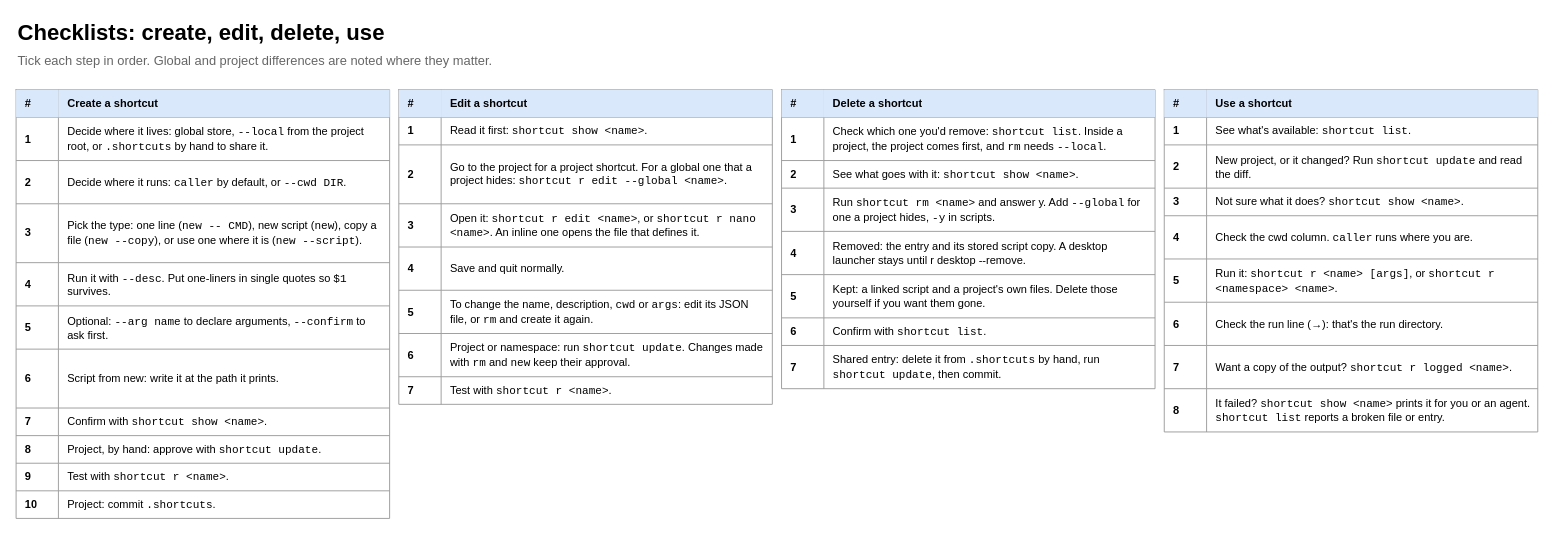
Above: page "5 Checklists" (5 of 5) of docs/shortcut-overview.drawio in StanLukuvka/Shortcut (draw.io), before the change. Source tidied: cells renumbered, new cells numbered last; positions are measured from the earlier drawing's top-left corner, leaving out a move shared by most shapes. Both pictures are drawn from the tidied source at 92%, with x=0, y=0 at pixel (16, 16).
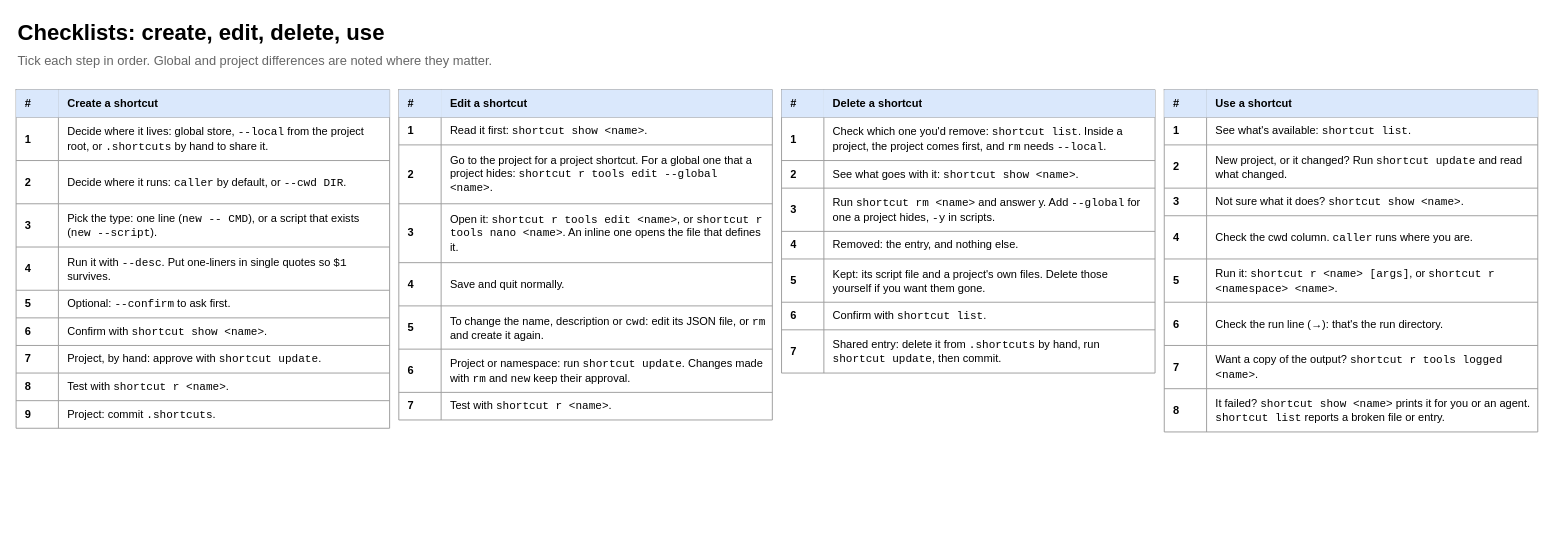
Above is the later version.

The change refers to these unchanged cells:
```xml
<mxCell id="45" style="shape=tableRow;horizontal=0;startSize=0;swimlaneHead=0;swimlaneBody=0;strokeColor=inherit;top=0;left=0;bottom=0;right=0;fillColor=none;html=1;" parent="38" vertex="1">
  <mxGeometry y="60" width="406" height="64" as="geometry" />
</mxCell>
<mxCell id="95" style="shape=tableRow;horizontal=0;startSize=0;swimlaneHead=0;swimlaneBody=0;strokeColor=inherit;top=0;left=0;bottom=0;right=0;fillColor=none;html=1;" parent="88" vertex="1">
  <mxGeometry y="60" width="406" height="47" as="geometry" />
</mxCell>
<mxCell id="110" style="shape=tableRow;horizontal=0;startSize=0;swimlaneHead=0;swimlaneBody=0;strokeColor=inherit;top=0;left=0;bottom=0;right=0;fillColor=none;html=1;" parent="88" vertex="1">
  <mxGeometry y="278" width="406" height="47" as="geometry" />
</mxCell>
```

The edit, as a diff of the source:
```diff
@@
     <mxCell id="4" style="shape=table;startSize=0;childLayout=tableLayout;strokeColor=#999999;fontSize=12;html=1;" parent="1" vertex="1">
-      <mxGeometry y="80" width="406" height="466" as="geometry" />
+      <mxGeometry y="80" width="406" height="368" as="geometry" />
     </mxCell>
@@
     <mxCell id="14" style="shape=tableRow;horizontal=0;startSize=0;swimlaneHead=0;swimlaneBody=0;strokeColor=inherit;top=0;left=0;bottom=0;right=0;fillColor=none;html=1;" parent="4" vertex="1">
-      <mxGeometry y="124" width="406" height="64" as="geometry" />
+      <mxGeometry y="124" width="406" height="47" as="geometry" />
     </mxCell>
     <mxCell id="15" value="&lt;b&gt;3&lt;/b&gt;" style="shape=partialRectangle;html=1;whiteSpace=wrap;strokeColor=inherit;overflow=hidden;fillColor=none;top=0;left=0;bottom=0;right=0;align=left;verticalAlign=middle;spacingLeft=8;spacingRight=6;fontSize=12;" parent="14" vertex="1">
-      <mxGeometry width="46" height="64" as="geometry" />
+      <mxGeometry width="46" height="47" as="geometry" />
     </mxCell>
-    <mxCell id="16" value="Pick the type: one line (&lt;font face=&quot;monospace&quot;&gt;new -- CMD&lt;/font&gt;), new script (&lt;font face=&quot;monospace&quot;&gt;new&lt;/font&gt;), copy a file (&lt;font face=&quot;monospace&quot;&gt;new --copy&lt;/font&gt;), or use one where it is (&lt;font face=&quot;monospace&quot;&gt;new --script&lt;/font&gt;)." style="shape=partialRectangle;html=1;whiteSpace=wrap;strokeColor=inherit;overflow=hidden;fillColor=none;top=0;left=0;bottom=0;right=0;align=left;verticalAlign=middle;spacingLeft=8;spacingRight=6;fontSize=12;" parent="14" vertex="1">
-      <mxGeometry x="46" width="360" height="64" as="geometry" />
+    <mxCell id="16" value="Pick the type: one line (&lt;font face=&quot;monospace&quot;&gt;new -- CMD&lt;/font&gt;), or a script that exists (&lt;font face=&quot;monospace&quot;&gt;new --script&lt;/font&gt;)." style="shape=partialRectangle;html=1;whiteSpace=wrap;strokeColor=inherit;overflow=hidden;fillColor=none;top=0;left=0;bottom=0;right=0;align=left;verticalAlign=middle;spacingLeft=8;spacingRight=6;fontSize=12;" parent="14" vertex="1">
+      <mxGeometry x="46" width="360" height="47" as="geometry" />
     </mxCell>
     <mxCell id="17" style="shape=tableRow;horizontal=0;startSize=0;swimlaneHead=0;swimlaneBody=0;strokeColor=inherit;top=0;left=0;bottom=0;right=0;fillColor=none;html=1;" parent="4" vertex="1">
-      <mxGeometry y="188" width="406" height="47" as="geometry" />
+      <mxGeometry y="171" width="406" height="47" as="geometry" />
     </mxCell>
@@
     <mxCell id="20" style="shape=tableRow;horizontal=0;startSize=0;swimlaneHead=0;swimlaneBody=0;strokeColor=inherit;top=0;left=0;bottom=0;right=0;fillColor=none;html=1;" parent="4" vertex="1">
-      <mxGeometry y="235" width="406" height="47" as="geometry" />
+      <mxGeometry y="218" width="406" height="30" as="geometry" />
     </mxCell>
     <mxCell id="21" value="&lt;b&gt;5&lt;/b&gt;" style="shape=partialRectangle;html=1;whiteSpace=wrap;strokeColor=inherit;overflow=hidden;fillColor=none;top=0;left=0;bottom=0;right=0;align=left;verticalAlign=middle;spacingLeft=8;spacingRight=6;fontSize=12;" parent="20" vertex="1">
-      <mxGeometry width="46" height="47" as="geometry" />
+      <mxGeometry width="46" height="30" as="geometry" />
     </mxCell>
-    <mxCell id="22" value="Optional: &lt;font face=&quot;monospace&quot;&gt;--arg name&lt;/font&gt; to declare arguments, &lt;font face=&quot;monospace&quot;&gt;--confirm&lt;/font&gt; to ask first." style="shape=partialRectangle;html=1;whiteSpace=wrap;strokeColor=inherit;overflow=hidden;fillColor=none;top=0;left=0;bottom=0;right=0;align=left;verticalAlign=middle;spacingLeft=8;spacingRight=6;fontSize=12;" parent="20" vertex="1">
-      <mxGeometry x="46" width="360" height="47" as="geometry" />
+    <mxCell id="22" value="Optional: &lt;font face=&quot;monospace&quot;&gt;--confirm&lt;/font&gt; to ask first." style="shape=partialRectangle;html=1;whiteSpace=wrap;strokeColor=inherit;overflow=hidden;fillColor=none;top=0;left=0;bottom=0;right=0;align=left;verticalAlign=middle;spacingLeft=8;spacingRight=6;fontSize=12;" parent="20" vertex="1">
+      <mxGeometry x="46" width="360" height="30" as="geometry" />
     </mxCell>
-    <mxCell id="23" style="shape=tableRow;horizontal=0;startSize=0;swimlaneHead=0;swimlaneBody=0;strokeColor=inherit;top=0;left=0;bottom=0;right=0;fillColor=none;html=1;" parent="4" vertex="1">
-      <mxGeometry y="282" width="406" height="64" as="geometry" />
-    </mxCell>
-    <mxCell id="24" value="&lt;b&gt;6&lt;/b&gt;" style="shape=partialRectangle;html=1;whiteSpace=wrap;strokeColor=inherit;overflow=hidden;fillColor=none;top=0;left=0;bottom=0;right=0;align=left;verticalAlign=middle;spacingLeft=8;spacingRight=6;fontSize=12;" parent="23" vertex="1">
-      <mxGeometry width="46" height="64" as="geometry" />
-    </mxCell>
-    <mxCell id="25" value="Script from new: write it at the path it prints." style="shape=partialRectangle;html=1;whiteSpace=wrap;strokeColor=inherit;overflow=hidden;fillColor=none;top=0;left=0;bottom=0;right=0;align=left;verticalAlign=middle;spacingLeft=8;spacingRight=6;fontSize=12;" parent="23" vertex="1">
-      <mxGeometry x="46" width="360" height="64" as="geometry" />
-    </mxCell>
     <mxCell id="26" style="shape=tableRow;horizontal=0;startSize=0;swimlaneHead=0;swimlaneBody=0;strokeColor=inherit;top=0;left=0;bottom=0;right=0;fillColor=none;html=1;" parent="4" vertex="1">
-      <mxGeometry y="346" width="406" height="30" as="geometry" />
+      <mxGeometry y="248" width="406" height="30" as="geometry" />
     </mxCell>
-    <mxCell id="27" value="&lt;b&gt;7&lt;/b&gt;" style="shape=partialRectangle;html=1;whiteSpace=wrap;strokeColor=inherit;overflow=hidden;fillColor=none;top=0;left=0;bottom=0;right=0;align=left;verticalAlign=middle;spacingLeft=8;spacingRight=6;fontSize=12;" parent="26" vertex="1">
+    <mxCell id="27" value="&lt;b&gt;6&lt;/b&gt;" style="shape=partialRectangle;html=1;whiteSpace=wrap;strokeColor=inherit;overflow=hidden;fillColor=none;top=0;left=0;bottom=0;right=0;align=left;verticalAlign=middle;spacingLeft=8;spacingRight=6;fontSize=12;" parent="26" vertex="1">
       <mxGeometry width="46" height="30" as="geometry" />
     </mxCell>
@@
     <mxCell id="29" style="shape=tableRow;horizontal=0;startSize=0;swimlaneHead=0;swimlaneBody=0;strokeColor=inherit;top=0;left=0;bottom=0;right=0;fillColor=none;html=1;" parent="4" vertex="1">
-      <mxGeometry y="376" width="406" height="30" as="geometry" />
+      <mxGeometry y="278" width="406" height="30" as="geometry" />
     </mxCell>
-    <mxCell id="30" value="&lt;b&gt;8&lt;/b&gt;" style="shape=partialRectangle;html=1;whiteSpace=wrap;strokeColor=inherit;overflow=hidden;fillColor=none;top=0;left=0;bottom=0;right=0;align=left;verticalAlign=middle;spacingLeft=8;spacingRight=6;fontSize=12;" parent="29" vertex="1">
+    <mxCell id="30" value="&lt;b&gt;7&lt;/b&gt;" style="shape=partialRectangle;html=1;whiteSpace=wrap;strokeColor=inherit;overflow=hidden;fillColor=none;top=0;left=0;bottom=0;right=0;align=left;verticalAlign=middle;spacingLeft=8;spacingRight=6;fontSize=12;" parent="29" vertex="1">
       <mxGeometry width="46" height="30" as="geometry" />
     </mxCell>
@@
     <mxCell id="32" style="shape=tableRow;horizontal=0;startSize=0;swimlaneHead=0;swimlaneBody=0;strokeColor=inherit;top=0;left=0;bottom=0;right=0;fillColor=none;html=1;" parent="4" vertex="1">
-      <mxGeometry y="406" width="406" height="30" as="geometry" />
+      <mxGeometry y="308" width="406" height="30" as="geometry" />
     </mxCell>
-    <mxCell id="33" value="&lt;b&gt;9&lt;/b&gt;" style="shape=partialRectangle;html=1;whiteSpace=wrap;strokeColor=inherit;overflow=hidden;fillColor=none;top=0;left=0;bottom=0;right=0;align=left;verticalAlign=middle;spacingLeft=8;spacingRight=6;fontSize=12;" parent="32" vertex="1">
+    <mxCell id="33" value="&lt;b&gt;8&lt;/b&gt;" style="shape=partialRectangle;html=1;whiteSpace=wrap;strokeColor=inherit;overflow=hidden;fillColor=none;top=0;left=0;bottom=0;right=0;align=left;verticalAlign=middle;spacingLeft=8;spacingRight=6;fontSize=12;" parent="32" vertex="1">
       <mxGeometry width="46" height="30" as="geometry" />
     </mxCell>
@@
     <mxCell id="35" style="shape=tableRow;horizontal=0;startSize=0;swimlaneHead=0;swimlaneBody=0;strokeColor=inherit;top=0;left=0;bottom=0;right=0;fillColor=none;html=1;" parent="4" vertex="1">
-      <mxGeometry y="436" width="406" height="30" as="geometry" />
+      <mxGeometry y="338" width="406" height="30" as="geometry" />
     </mxCell>
-    <mxCell id="36" value="&lt;b&gt;10&lt;/b&gt;" style="shape=partialRectangle;html=1;whiteSpace=wrap;strokeColor=inherit;overflow=hidden;fillColor=none;top=0;left=0;bottom=0;right=0;align=left;verticalAlign=middle;spacingLeft=8;spacingRight=6;fontSize=12;" parent="35" vertex="1">
+    <mxCell id="36" value="&lt;b&gt;9&lt;/b&gt;" style="shape=partialRectangle;html=1;whiteSpace=wrap;strokeColor=inherit;overflow=hidden;fillColor=none;top=0;left=0;bottom=0;right=0;align=left;verticalAlign=middle;spacingLeft=8;spacingRight=6;fontSize=12;" parent="35" vertex="1">
       <mxGeometry width="46" height="30" as="geometry" />
     </mxCell>
@@
     <mxCell id="38" style="shape=table;startSize=0;childLayout=tableLayout;strokeColor=#999999;fontSize=12;html=1;" parent="1" vertex="1">
-      <mxGeometry x="416" y="80" width="406" height="342" as="geometry" />
+      <mxGeometry x="416" y="80" width="406" height="359" as="geometry" />
     </mxCell>
@@
-    <mxCell id="47" value="Go to the project for a project shortcut. For a global one that a project hides: &lt;font face=&quot;monospace&quot;&gt;shortcut r edit --global &amp;lt;name&amp;gt;&lt;/font&gt;." style="shape=partialRectangle;html=1;whiteSpace=wrap;strokeColor=inherit;overflow=hidden;fillColor=none;top=0;left=0;bottom=0;right=0;align=left;verticalAlign=middle;spacingLeft=8;spacingRight=6;fontSize=12;" parent="45" vertex="1">
+    <mxCell id="47" value="Go to the project for a project shortcut. For a global one that a project hides: &lt;font face=&quot;monospace&quot;&gt;shortcut r tools edit --global &amp;lt;name&amp;gt;&lt;/font&gt;." style="shape=partialRectangle;html=1;whiteSpace=wrap;strokeColor=inherit;overflow=hidden;fillColor=none;top=0;left=0;bottom=0;right=0;align=left;verticalAlign=middle;spacingLeft=8;spacingRight=6;fontSize=12;" parent="45" vertex="1">
       <mxGeometry x="46" width="360" height="64" as="geometry" />
     </mxCell>
     <mxCell id="48" style="shape=tableRow;horizontal=0;startSize=0;swimlaneHead=0;swimlaneBody=0;strokeColor=inherit;top=0;left=0;bottom=0;right=0;fillColor=none;html=1;" parent="38" vertex="1">
-      <mxGeometry y="124" width="406" height="47" as="geometry" />
+      <mxGeometry y="124" width="406" height="64" as="geometry" />
     </mxCell>
     <mxCell id="49" value="&lt;b&gt;3&lt;/b&gt;" style="shape=partialRectangle;html=1;whiteSpace=wrap;strokeColor=inherit;overflow=hidden;fillColor=none;top=0;left=0;bottom=0;right=0;align=left;verticalAlign=middle;spacingLeft=8;spacingRight=6;fontSize=12;" parent="48" vertex="1">
-      <mxGeometry width="46" height="47" as="geometry" />
+      <mxGeometry width="46" height="64" as="geometry" />
     </mxCell>
-    <mxCell id="50" value="Open it: &lt;font face=&quot;monospace&quot;&gt;shortcut r edit &amp;lt;name&amp;gt;&lt;/font&gt;, or &lt;font face=&quot;monospace&quot;&gt;shortcut r nano &amp;lt;name&amp;gt;&lt;/font&gt;. An inline one opens the file that defines it." style="shape=partialRectangle;html=1;whiteSpace=wrap;strokeColor=inherit;overflow=hidden;fillColor=none;top=0;left=0;bottom=0;right=0;align=left;verticalAlign=middle;spacingLeft=8;spacingRight=6;fontSize=12;" parent="48" vertex="1">
-      <mxGeometry x="46" width="360" height="47" as="geometry" />
+    <mxCell id="50" value="Open it: &lt;font face=&quot;monospace&quot;&gt;shortcut r tools edit &amp;lt;name&amp;gt;&lt;/font&gt;, or &lt;font face=&quot;monospace&quot;&gt;shortcut r tools nano &amp;lt;name&amp;gt;&lt;/font&gt;. An inline one opens the file that defines it." style="shape=partialRectangle;html=1;whiteSpace=wrap;strokeColor=inherit;overflow=hidden;fillColor=none;top=0;left=0;bottom=0;right=0;align=left;verticalAlign=middle;spacingLeft=8;spacingRight=6;fontSize=12;" parent="48" vertex="1">
+      <mxGeometry x="46" width="360" height="64" as="geometry" />
     </mxCell>
     <mxCell id="51" style="shape=tableRow;horizontal=0;startSize=0;swimlaneHead=0;swimlaneBody=0;strokeColor=inherit;top=0;left=0;bottom=0;right=0;fillColor=none;html=1;" parent="38" vertex="1">
-      <mxGeometry y="171" width="406" height="47" as="geometry" />
+      <mxGeometry y="188" width="406" height="47" as="geometry" />
     </mxCell>
@@
     <mxCell id="54" style="shape=tableRow;horizontal=0;startSize=0;swimlaneHead=0;swimlaneBody=0;strokeColor=inherit;top=0;left=0;bottom=0;right=0;fillColor=none;html=1;" parent="38" vertex="1">
-      <mxGeometry y="218" width="406" height="47" as="geometry" />
+      <mxGeometry y="235" width="406" height="47" as="geometry" />
     </mxCell>
@@
-    <mxCell id="56" value="To change the name, description, &lt;font face=&quot;monospace&quot;&gt;cwd&lt;/font&gt; or &lt;font face=&quot;monospace&quot;&gt;args&lt;/font&gt;: edit its JSON file, or &lt;font face=&quot;monospace&quot;&gt;rm&lt;/font&gt; and create it again." style="shape=partialRectangle;html=1;whiteSpace=wrap;strokeColor=inherit;overflow=hidden;fillColor=none;top=0;left=0;bottom=0;right=0;align=left;verticalAlign=middle;spacingLeft=8;spacingRight=6;fontSize=12;" parent="54" vertex="1">
+    <mxCell id="56" value="To change the name, description or &lt;font face=&quot;monospace&quot;&gt;cwd&lt;/font&gt;: edit its JSON file, or &lt;font face=&quot;monospace&quot;&gt;rm&lt;/font&gt; and create it again." style="shape=partialRectangle;html=1;whiteSpace=wrap;strokeColor=inherit;overflow=hidden;fillColor=none;top=0;left=0;bottom=0;right=0;align=left;verticalAlign=middle;spacingLeft=8;spacingRight=6;fontSize=12;" parent="54" vertex="1">
       <mxGeometry x="46" width="360" height="47" as="geometry" />
     </mxCell>
     <mxCell id="57" style="shape=tableRow;horizontal=0;startSize=0;swimlaneHead=0;swimlaneBody=0;strokeColor=inherit;top=0;left=0;bottom=0;right=0;fillColor=none;html=1;" parent="38" vertex="1">
-      <mxGeometry y="265" width="406" height="47" as="geometry" />
+      <mxGeometry y="282" width="406" height="47" as="geometry" />
     </mxCell>
@@
     <mxCell id="60" style="shape=tableRow;horizontal=0;startSize=0;swimlaneHead=0;swimlaneBody=0;strokeColor=inherit;top=0;left=0;bottom=0;right=0;fillColor=none;html=1;" parent="38" vertex="1">
-      <mxGeometry y="312" width="406" height="30" as="geometry" />
+      <mxGeometry y="329" width="406" height="30" as="geometry" />
     </mxCell>
@@
     <mxCell id="63" style="shape=table;startSize=0;childLayout=tableLayout;strokeColor=#999999;fontSize=12;html=1;" parent="1" vertex="1">
-      <mxGeometry x="832" y="80" width="406" height="325" as="geometry" />
+      <mxGeometry x="832" y="80" width="406" height="308" as="geometry" />
     </mxCell>
@@
     <mxCell id="76" style="shape=tableRow;horizontal=0;startSize=0;swimlaneHead=0;swimlaneBody=0;strokeColor=inherit;top=0;left=0;bottom=0;right=0;fillColor=none;html=1;" parent="63" vertex="1">
-      <mxGeometry y="154" width="406" height="47" as="geometry" />
+      <mxGeometry y="154" width="406" height="30" as="geometry" />
     </mxCell>
     <mxCell id="77" value="&lt;b&gt;4&lt;/b&gt;" style="shape=partialRectangle;html=1;whiteSpace=wrap;strokeColor=inherit;overflow=hidden;fillColor=none;top=0;left=0;bottom=0;right=0;align=left;verticalAlign=middle;spacingLeft=8;spacingRight=6;fontSize=12;" parent="76" vertex="1">
-      <mxGeometry width="46" height="47" as="geometry" />
+      <mxGeometry width="46" height="30" as="geometry" />
     </mxCell>
-    <mxCell id="78" value="Removed: the entry and its stored script copy. A desktop launcher stays until r desktop --remove." style="shape=partialRectangle;html=1;whiteSpace=wrap;strokeColor=inherit;overflow=hidden;fillColor=none;top=0;left=0;bottom=0;right=0;align=left;verticalAlign=middle;spacingLeft=8;spacingRight=6;fontSize=12;" parent="76" vertex="1">
-      <mxGeometry x="46" width="360" height="47" as="geometry" />
+    <mxCell id="78" value="Removed: the entry, and nothing else." style="shape=partialRectangle;html=1;whiteSpace=wrap;strokeColor=inherit;overflow=hidden;fillColor=none;top=0;left=0;bottom=0;right=0;align=left;verticalAlign=middle;spacingLeft=8;spacingRight=6;fontSize=12;" parent="76" vertex="1">
+      <mxGeometry x="46" width="360" height="30" as="geometry" />
     </mxCell>
     <mxCell id="79" style="shape=tableRow;horizontal=0;startSize=0;swimlaneHead=0;swimlaneBody=0;strokeColor=inherit;top=0;left=0;bottom=0;right=0;fillColor=none;html=1;" parent="63" vertex="1">
-      <mxGeometry y="201" width="406" height="47" as="geometry" />
+      <mxGeometry y="184" width="406" height="47" as="geometry" />
     </mxCell>
@@
-    <mxCell id="81" value="Kept: a linked script and a project's own files. Delete those yourself if you want them gone." style="shape=partialRectangle;html=1;whiteSpace=wrap;strokeColor=inherit;overflow=hidden;fillColor=none;top=0;left=0;bottom=0;right=0;align=left;verticalAlign=middle;spacingLeft=8;spacingRight=6;fontSize=12;" parent="79" vertex="1">
+    <mxCell id="81" value="Kept: its script file and a project's own files. Delete those yourself if you want them gone." style="shape=partialRectangle;html=1;whiteSpace=wrap;strokeColor=inherit;overflow=hidden;fillColor=none;top=0;left=0;bottom=0;right=0;align=left;verticalAlign=middle;spacingLeft=8;spacingRight=6;fontSize=12;" parent="79" vertex="1">
       <mxGeometry x="46" width="360" height="47" as="geometry" />
     </mxCell>
     <mxCell id="82" style="shape=tableRow;horizontal=0;startSize=0;swimlaneHead=0;swimlaneBody=0;strokeColor=inherit;top=0;left=0;bottom=0;right=0;fillColor=none;html=1;" parent="63" vertex="1">
-      <mxGeometry y="248" width="406" height="30" as="geometry" />
+      <mxGeometry y="231" width="406" height="30" as="geometry" />
     </mxCell>
@@
     <mxCell id="85" style="shape=tableRow;horizontal=0;startSize=0;swimlaneHead=0;swimlaneBody=0;strokeColor=inherit;top=0;left=0;bottom=0;right=0;fillColor=none;html=1;" parent="63" vertex="1">
-      <mxGeometry y="278" width="406" height="47" as="geometry" />
+      <mxGeometry y="261" width="406" height="47" as="geometry" />
     </mxCell>
@@
-    <mxCell id="97" value="New project, or it changed? Run &lt;font face=&quot;monospace&quot;&gt;shortcut update&lt;/font&gt; and read the diff." style="shape=partialRectangle;html=1;whiteSpace=wrap;strokeColor=inherit;overflow=hidden;fillColor=none;top=0;left=0;bottom=0;right=0;align=left;verticalAlign=middle;spacingLeft=8;spacingRight=6;fontSize=12;" parent="95" vertex="1">
+    <mxCell id="97" value="New project, or it changed? Run &lt;font face=&quot;monospace&quot;&gt;shortcut update&lt;/font&gt; and read what changed." style="shape=partialRectangle;html=1;whiteSpace=wrap;strokeColor=inherit;overflow=hidden;fillColor=none;top=0;left=0;bottom=0;right=0;align=left;verticalAlign=middle;spacingLeft=8;spacingRight=6;fontSize=12;" parent="95" vertex="1">
       <mxGeometry x="46" width="360" height="47" as="geometry" />
     </mxCell>
@@
-    <mxCell id="112" value="Want a copy of the output? &lt;font face=&quot;monospace&quot;&gt;shortcut r logged &amp;lt;name&amp;gt;&lt;/font&gt;." style="shape=partialRectangle;html=1;whiteSpace=wrap;strokeColor=inherit;overflow=hidden;fillColor=none;top=0;left=0;bottom=0;right=0;align=left;verticalAlign=middle;spacingLeft=8;spacingRight=6;fontSize=12;" parent="110" vertex="1">
+    <mxCell id="112" value="Want a copy of the output? &lt;font face=&quot;monospace&quot;&gt;shortcut r tools logged &amp;lt;name&amp;gt;&lt;/font&gt;." style="shape=partialRectangle;html=1;whiteSpace=wrap;strokeColor=inherit;overflow=hidden;fillColor=none;top=0;left=0;bottom=0;right=0;align=left;verticalAlign=middle;spacingLeft=8;spacingRight=6;fontSize=12;" parent="110" vertex="1">
       <mxGeometry x="46" width="360" height="47" as="geometry" />
     </mxCell>
```
